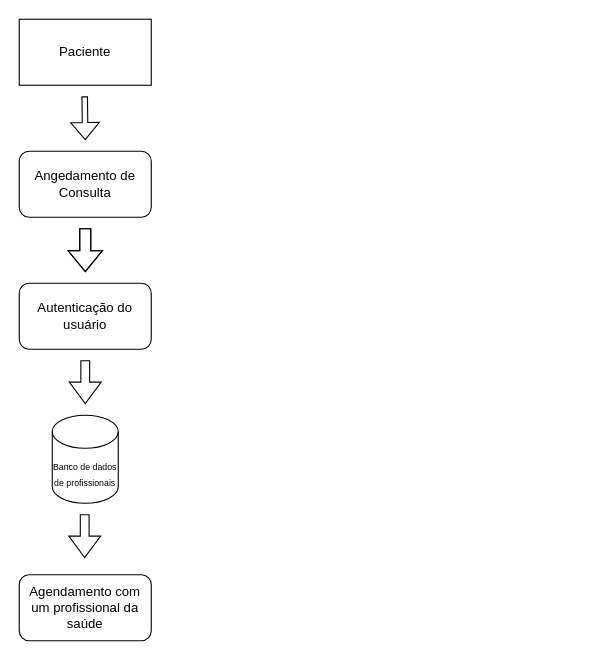
Above: modelagem_de_ameaça.drawio in niklaz4/appsec-works (draw.io), before the change. Source tidied: cells renumbered, new cells numbered last; positions are measured from the earlier drawing's top-left corner, leaving out a move shared by most shapes. Both pictures are drawn from the tidied source at 110%, with x=0, y=0 at pixel (19, 19).
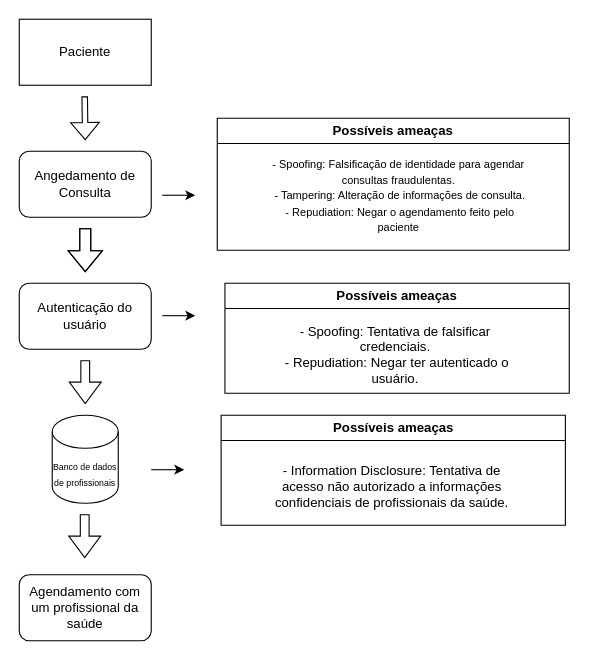
The same page after the edit.

What changed in the source:
```diff
@@
+    <mxCell id="12" style="endArrow=classic;html=1;rounded=0;" parent="1" edge="1">
+      <mxGeometry relative="1" as="geometry">
+        <mxPoint x="130" y="160" as="sourcePoint" />
+        <mxPoint x="160" y="160" as="targetPoint" />
+      </mxGeometry>
+    </mxCell>
+    <mxCell id="13" style="edgeStyle=orthogonalEdgeStyle;rounded=0;jettySize=auto;html=1;exitX=1;exitY=0.75;exitDx=0;exitDy=0;" parent="1" edge="1" source="14">
+      <mxGeometry relative="1" as="geometry">
+        <mxPoint x="500" y="180" as="targetPoint" />
+      </mxGeometry>
+    </mxCell>
+    <mxCell id="14" value="Possíveis ameaças" style="swimlane;whiteSpace=wrap;html=1;" parent="1" vertex="1">
+      <mxGeometry x="180" y="90" width="320" height="120" as="geometry" />
+    </mxCell>
+    <mxCell id="15" value="&lt;font style=&quot;font-size: 10px;&quot;&gt;- Spoofing: Falsificação de identidade para agendar consultas fraudulentas.&lt;br&gt;&amp;nbsp;- Tampering: Alteração de informações de consulta.&lt;br&gt;&amp;nbsp;- Repudiation: Negar o agendamento feito pelo paciente&lt;/font&gt;" style="text;html=1;strokeColor=none;fillColor=none;align=center;verticalAlign=middle;whiteSpace=wrap;rounded=0;" parent="14" vertex="1">
+      <mxGeometry x="40" y="30" width="250" height="80" as="geometry" />
+    </mxCell>
+    <mxCell id="16" value="Possíveis ameaças" style="swimlane;whiteSpace=wrap;html=1;" parent="1" vertex="1">
+      <mxGeometry x="187" y="240" width="313" height="100" as="geometry" />
+    </mxCell>
+    <mxCell id="17" value="- Spoofing: Tentativa de falsificar credenciais.&lt;br&gt;&amp;nbsp;- Repudiation: Negar ter autenticado o usuário." style="text;html=1;strokeColor=none;fillColor=none;align=center;verticalAlign=middle;whiteSpace=wrap;rounded=0;" parent="16" vertex="1">
+      <mxGeometry x="40" y="30" width="230" height="70" as="geometry" />
+    </mxCell>
+    <mxCell id="18" style="endArrow=classic;html=1;rounded=0;" parent="1" edge="1">
+      <mxGeometry relative="1" as="geometry">
+        <mxPoint x="130" y="269.5" as="sourcePoint" />
+        <mxPoint x="160" y="269.5" as="targetPoint" />
+      </mxGeometry>
+    </mxCell>
+    <mxCell id="19" value="Possíveis ameaças" style="swimlane;whiteSpace=wrap;html=1;" parent="1" vertex="1">
+      <mxGeometry x="183.5" y="360" width="313" height="100" as="geometry" />
+    </mxCell>
+    <mxCell id="20" value="- Information Disclosure: Tentativa de acesso não autorizado a informações confidenciais de profissionais da saúde." style="text;html=1;strokeColor=none;fillColor=none;align=center;verticalAlign=middle;whiteSpace=wrap;rounded=0;" parent="19" vertex="1">
+      <mxGeometry x="40" y="30" width="230" height="70" as="geometry" />
+    </mxCell>
+    <mxCell id="21" style="endArrow=classic;html=1;rounded=0;" parent="1" edge="1">
+      <mxGeometry relative="1" as="geometry">
+        <mxPoint x="120" y="409.5" as="sourcePoint" />
+        <mxPoint x="150" y="409.5" as="targetPoint" />
+      </mxGeometry>
+    </mxCell>
```
